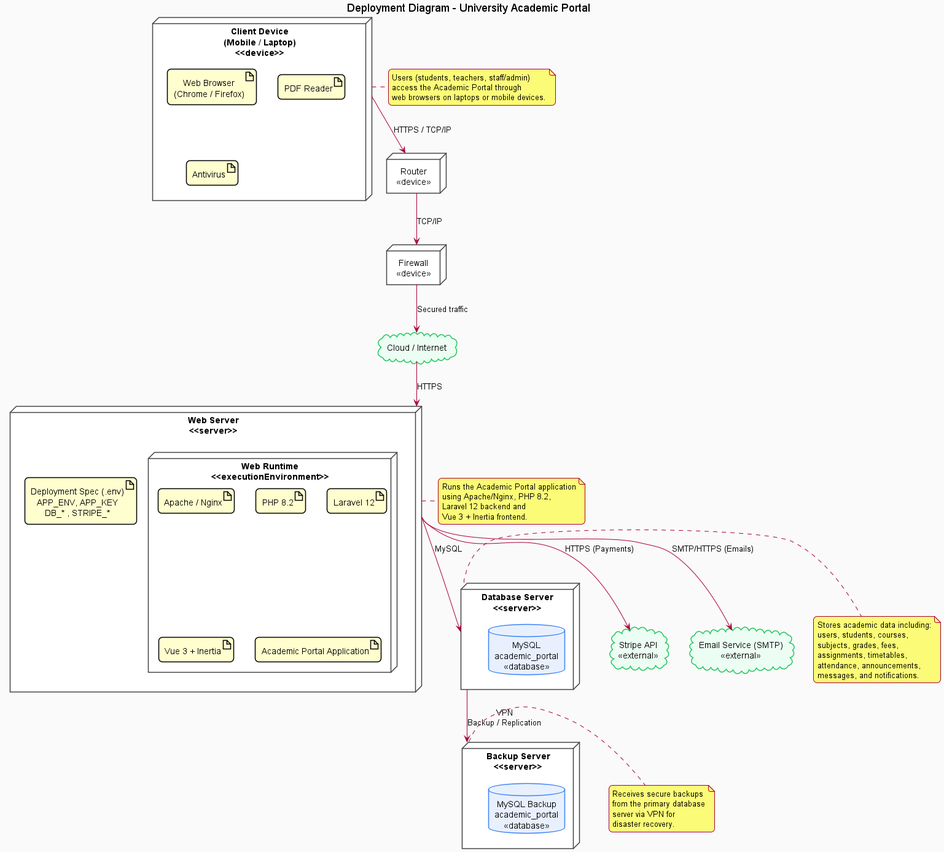
Earlier version of the PlantUML export out/deployment/AcademicPortal_Deployment/AcademicPortal_Deployment.png (KyawMyoHtay1/academic-portal).
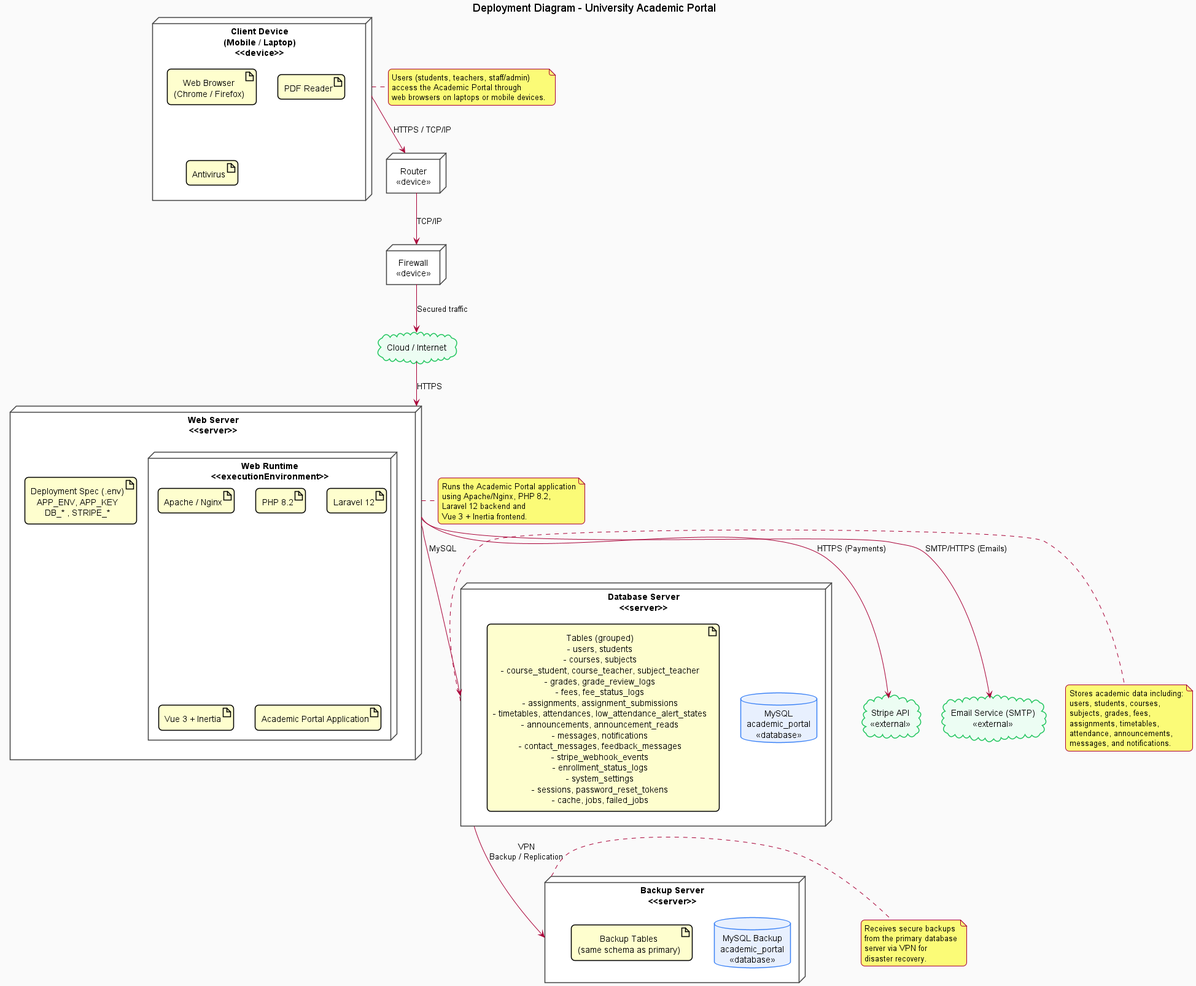
Later version of the same file.

Diff of the diagram source:
```diff
@@ -48,10 +48,12 @@
 together {
   node "Database Server\n<<server>>" as DBServer {
     database "MySQL\nacademic_portal\n<<database>>"
+    artifact "Tables (grouped)\n- users, students\n- courses, subjects\n- course_student, course_teacher, subject_teacher\n- grades, grade_review_logs\n- fees, fee_status_logs\n- assignments, assignment_submissions\n- timetables, attendances, low_attendance_alert_states\n- announcements, announcement_reads\n- messages, notifications\n- contact_messages, feedback_messages\n- stripe_webhook_events\n- enrollment_status_logs\n- system_settings\n- sessions, password_reset_tokens\n- cache, jobs, failed_jobs"
   }
 
   node "Backup Server\n<<server>>" as BackupServer {
     database "MySQL Backup\nacademic_portal\n<<database>>"
+    artifact "Backup Tables\n(same schema as primary)"
   }
 }
 
```
